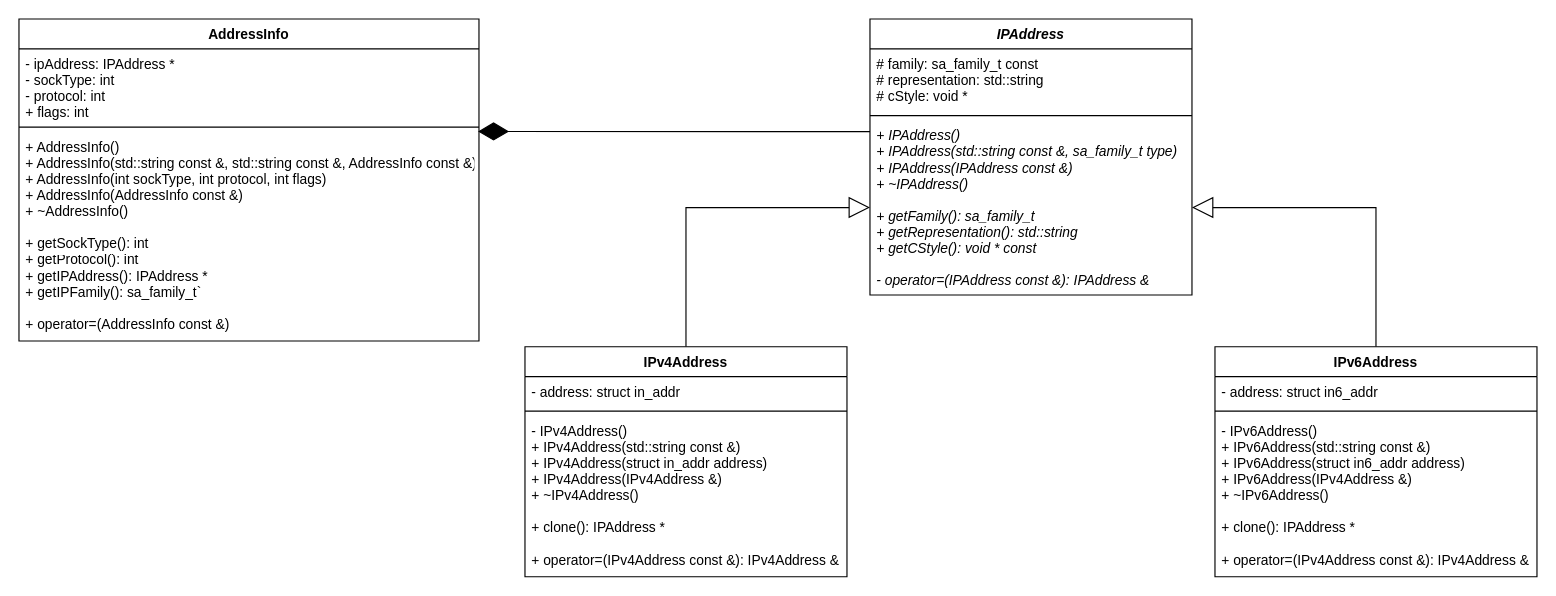
Earlier version of the draw.io diagram docs/DiagramUML.drawio (tbellavia/ft_irc). Source tidied: cells renumbered, new cells numbered last; positions are measured from the earlier drawing's top-left corner, leaving out a move shared by most shapes. Both pictures are drawn from the tidied source at 115%, with x=0, y=0 at pixel (18, 18).
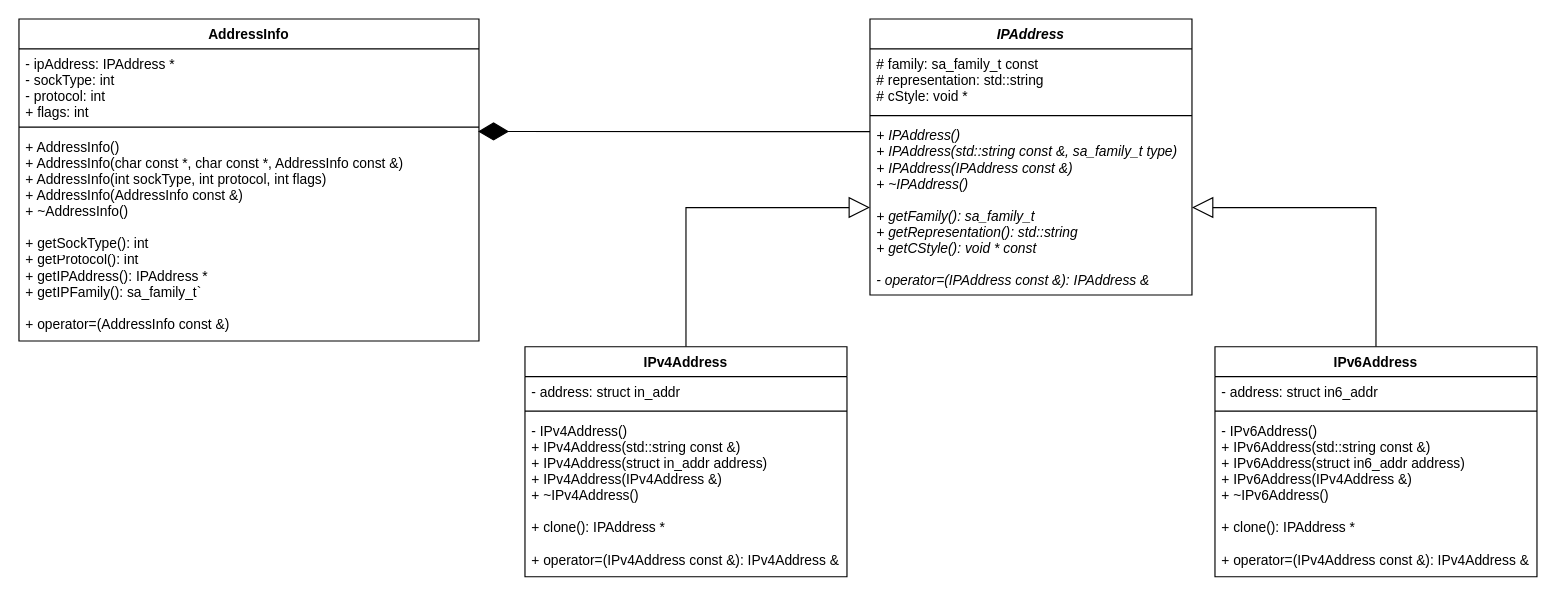
The same diagram, later.

The change refers to these unchanged cells:
```xml
<mxCell id="8" value="AddressInfo" style="swimlane;fontStyle=1;align=center;verticalAlign=top;horizontal=1;startSize=26;" parent="1" vertex="1">
  <mxGeometry width="400" height="280" as="geometry" />
</mxCell>
```

The edit, as a diff of the source:
```diff
@@
-    <mxCell id="11" value="+ AddressInfo()&#10;+ AddressInfo(std::string const &amp;, std::string const &amp;, AddressInfo const &amp;)&#10;+ AddressInfo(int sockType, int protocol, int flags)&#10;+ AddressInfo(AddressInfo const &amp;)&#10;+ ~AddressInfo()&#10;&#10;+ getSockType(): int&#10;+ getProtocol(): int&#10;+ getIPAddress(): IPAddress *&#10;+ getIPFamily(): sa_family_t`&#10;&#10;+ operator=(AddressInfo const &amp;)" style="text;strokeColor=none;fillColor=none;align=left;verticalAlign=top;spacingLeft=4;spacingRight=4;overflow=hidden;points=[[0,0.5],[1,0.5]];portConstraint=eastwest;fontStyle=0;" parent="8" vertex="1">
+    <mxCell id="11" value="+ AddressInfo()&#10;+ AddressInfo(char const *, char const *, AddressInfo const &amp;)&#10;+ AddressInfo(int sockType, int protocol, int flags)&#10;+ AddressInfo(AddressInfo const &amp;)&#10;+ ~AddressInfo()&#10;&#10;+ getSockType(): int&#10;+ getProtocol(): int&#10;+ getIPAddress(): IPAddress *&#10;+ getIPFamily(): sa_family_t`&#10;&#10;+ operator=(AddressInfo const &amp;)" style="text;strokeColor=none;fillColor=none;align=left;verticalAlign=top;spacingLeft=4;spacingRight=4;overflow=hidden;points=[[0,0.5],[1,0.5]];portConstraint=eastwest;fontStyle=0;" parent="8" vertex="1">
       <mxGeometry y="98" width="400" height="182" as="geometry" />
     </mxCell>
```
